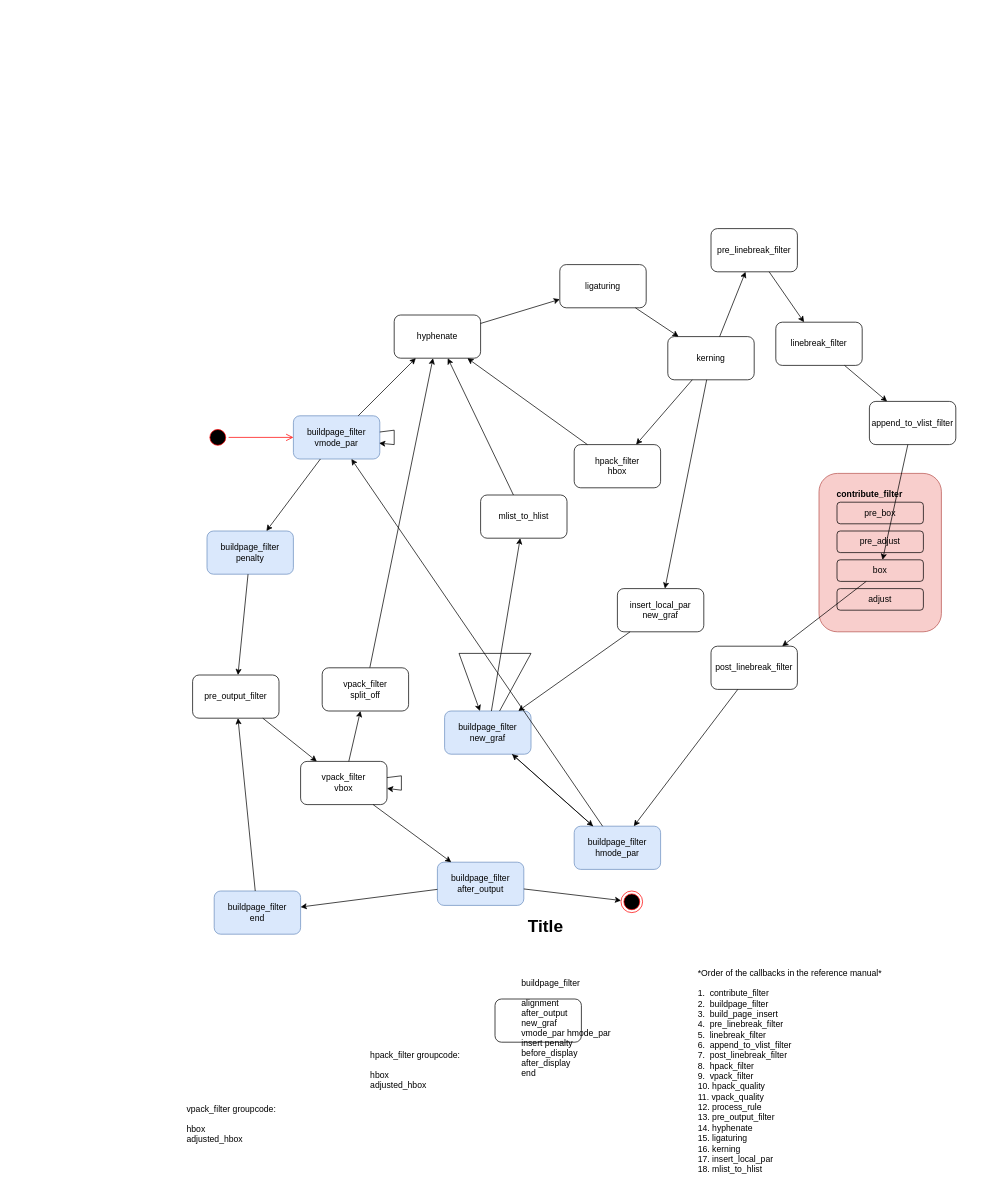
Above: luatex-callbacks.drawio in Josef-Friedrich/drawio (draw.io), before the change. Source tidied: cells renumbered, new cells numbered last; positions are measured from the earlier drawing's top-left corner, leaving out a move shared by most shapes. Both pictures are drawn from the tidied source at 72%, with x=0, y=0 at pixel (185, 228).
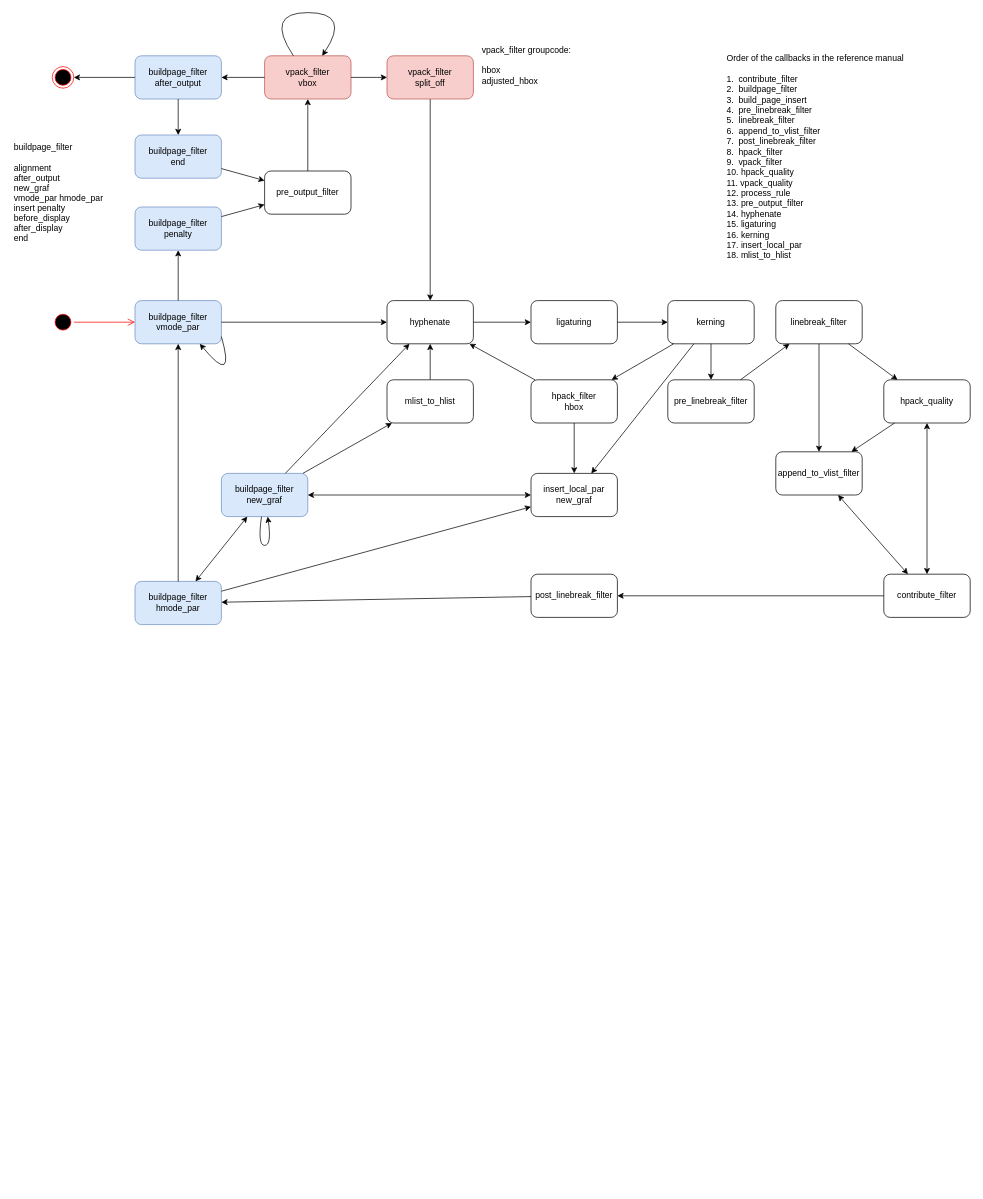
Above is the later version.

Change to the diagram source:
```diff
@@
     <mxCell id="2" value="&lt;div&gt;buildpage_filter&lt;/div&gt;&lt;div&gt;vmode_par&lt;br&gt;&lt;/div&gt;" style="rounded=1;whiteSpace=wrap;html=1;fillColor=#dae8fc;strokeColor=#6c8ebf;" parent="1" vertex="1">
-      <mxGeometry x="150" y="260" width="120" height="60" as="geometry" />
+      <mxGeometry x="-70" y="100" width="120" height="60" as="geometry" />
     </mxCell>
     <mxCell id="3" value="hyphenate" style="rounded=1;whiteSpace=wrap;html=1;" parent="1" vertex="1">
-      <mxGeometry x="290" y="120" width="120" height="60" as="geometry" />
+      <mxGeometry x="280" y="100" width="120" height="60" as="geometry" />
     </mxCell>
     <mxCell id="4" value="ligaturing" style="rounded=1;whiteSpace=wrap;html=1;" parent="1" vertex="1">
-      <mxGeometry x="520" y="50" width="120" height="60" as="geometry" />
+      <mxGeometry x="480" y="100" width="120" height="60" as="geometry" />
     </mxCell>
     <mxCell id="5" value="&lt;div&gt;insert_local_par&lt;/div&gt;&lt;div&gt;new_graf&lt;br&gt;&lt;/div&gt;" style="rounded=1;whiteSpace=wrap;html=1;" parent="1" vertex="1">
-      <mxGeometry x="600" y="500" width="120" height="60" as="geometry" />
+      <mxGeometry x="480" y="340" width="120" height="60" as="geometry" />
     </mxCell>
     <mxCell id="6" value="kerning" style="rounded=1;whiteSpace=wrap;html=1;" parent="1" vertex="1">
-      <mxGeometry x="670" y="150" width="120" height="60" as="geometry" />
+      <mxGeometry x="670" y="100" width="120" height="60" as="geometry" />
     </mxCell>
     <mxCell id="7" value="&lt;div&gt;hpack_filter&lt;/div&gt;&lt;div&gt;hbox&lt;br&gt;&lt;/div&gt;" style="rounded=1;whiteSpace=wrap;html=1;" parent="1" vertex="1">
-      <mxGeometry x="540" y="300" width="120" height="60" as="geometry" />
+      <mxGeometry x="480" y="210" width="120" height="60" as="geometry" />
     </mxCell>
     <mxCell id="8" value="&lt;div&gt;buildpage_filter&lt;/div&gt;&lt;div&gt;hmode_par&lt;br&gt;&lt;/div&gt;" style="rounded=1;whiteSpace=wrap;html=1;fillColor=#dae8fc;strokeColor=#6c8ebf;" parent="1" vertex="1">
-      <mxGeometry x="540" y="830" width="120" height="60" as="geometry" />
+      <mxGeometry x="-70" y="490" width="120" height="60" as="geometry" />
     </mxCell>
     <mxCell id="9" value="&lt;div&gt;buildpage_filter&lt;/div&gt;&lt;div&gt;new_graf&lt;br&gt;&lt;/div&gt;" style="rounded=1;whiteSpace=wrap;html=1;fillColor=#dae8fc;strokeColor=#6c8ebf;" parent="1" vertex="1">
-      <mxGeometry x="360" y="670" width="120" height="60" as="geometry" />
+      <mxGeometry x="50" y="340" width="120" height="60" as="geometry" />
     </mxCell>
-    <mxCell id="10" style="endArrow=classic;html=1;rounded=0;" parent="1" edge="1" source="9" target="8">
-      <mxGeometry relative="1" as="geometry" />
-    </mxCell>
@@
-    <mxCell id="16" style="endArrow=classic;html=1;rounded=0;sketch=0;strokeColor=default;" parent="1" edge="1" source="5" target="9">
-      <mxGeometry relative="1" as="geometry" />
-    </mxCell>
@@
-    <mxCell id="18" style="endArrow=classic;html=1;rounded=0;sketch=0;strokeColor=default;" parent="1" edge="1" source="9" target="9">
-      <mxGeometry relative="1" as="geometry">
-        <Array as="points">
-          <mxPoint x="480" y="590" />
-          <mxPoint x="380" y="590" />
-        </Array>
-      </mxGeometry>
-    </mxCell>
@@
-    <mxCell id="22" style="endArrow=classic;html=1;rounded=0;sketch=0;strokeColor=default;" parent="1" edge="1" source="8" target="9">
-      <mxGeometry relative="1" as="geometry" />
-    </mxCell>
     <mxCell id="23" value="linebreak_filter" style="rounded=1;whiteSpace=wrap;html=1;" parent="1" vertex="1">
-      <mxGeometry x="820" y="130" width="120" height="60" as="geometry" />
+      <mxGeometry x="820" y="100" width="120" height="60" as="geometry" />
     </mxCell>
     <mxCell id="24" value="mlist_to_hlist" style="rounded=1;whiteSpace=wrap;html=1;" parent="1" vertex="1">
-      <mxGeometry x="410" y="370" width="120" height="60" as="geometry" />
+      <mxGeometry x="280" y="210" width="120" height="60" as="geometry" />
     </mxCell>
     <mxCell id="25" value="append_to_vlist_filter" style="rounded=1;whiteSpace=wrap;html=1;" parent="1" vertex="1">
-      <mxGeometry x="950" y="240" width="120" height="60" as="geometry" />
+      <mxGeometry x="820" y="310" width="120" height="60" as="geometry" />
     </mxCell>
     <mxCell id="26" value="&lt;div&gt;buildpage_filter&lt;/div&gt;&lt;div&gt;penalty&lt;br&gt;&lt;/div&gt;" style="rounded=1;whiteSpace=wrap;html=1;fillColor=#dae8fc;strokeColor=#6c8ebf;" parent="1" vertex="1">
-      <mxGeometry x="30" y="420" width="120" height="60" as="geometry" />
+      <mxGeometry x="-70" y="-30" width="120" height="60" as="geometry" />
     </mxCell>
     <mxCell id="27" value="pre_linebreak_filter" style="rounded=1;whiteSpace=wrap;html=1;" parent="1" vertex="1">
-      <mxGeometry x="730" width="120" height="60" as="geometry" />
+      <mxGeometry x="670" y="210" width="120" height="60" as="geometry" />
     </mxCell>
@@
     <mxCell id="30" value="post_linebreak_filter" style="rounded=1;whiteSpace=wrap;html=1;" parent="1" vertex="1">
-      <mxGeometry x="730" y="580" width="120" height="60" as="geometry" />
+      <mxGeometry x="480" y="480" width="120" height="60" as="geometry" />
     </mxCell>
     <mxCell id="31" value="pre_output_filter" style="rounded=1;whiteSpace=wrap;html=1;" parent="1" vertex="1">
-      <mxGeometry x="10" y="620" width="120" height="60" as="geometry" />
+      <mxGeometry x="110" y="-80" width="120" height="60" as="geometry" />
     </mxCell>
@@
     <mxCell id="37" value="&lt;div&gt;buildpage_filter&lt;/div&gt;&lt;div&gt;end&lt;br&gt;&lt;/div&gt;" style="rounded=1;whiteSpace=wrap;html=1;fillColor=#dae8fc;strokeColor=#6c8ebf;" parent="1" vertex="1">
-      <mxGeometry x="40" y="920" width="120" height="60" as="geometry" />
+      <mxGeometry x="-70" y="-130" width="120" height="60" as="geometry" />
     </mxCell>
-    <mxCell id="38" value="&lt;div&gt;vpack_filter&lt;/div&gt;&lt;div&gt;vbox&lt;br&gt;&lt;/div&gt;" style="rounded=1;whiteSpace=wrap;html=1;" parent="1" vertex="1">
-      <mxGeometry x="160" y="740" width="120" height="60" as="geometry" />
+    <mxCell id="38" value="&lt;div&gt;vpack_filter&lt;/div&gt;&lt;div&gt;vbox&lt;br&gt;&lt;/div&gt;" style="rounded=1;whiteSpace=wrap;html=1;fillColor=#f8cecc;strokeColor=#b85450;" parent="1" vertex="1">
+      <mxGeometry x="110" y="-240" width="120" height="60" as="geometry" />
     </mxCell>
@@
-    <mxCell id="40" style="endArrow=classic;html=1;rounded=0;sketch=0;strokeColor=default;" parent="1" edge="1" source="38" target="38">
-      <mxGeometry relative="1" as="geometry" />
+    <mxCell id="40" style="endArrow=classic;html=1;sketch=0;strokeColor=default;curved=1;" parent="1" edge="1" source="38" target="38">
+      <mxGeometry relative="1" as="geometry">
+        <Array as="points">
+          <mxPoint x="230" y="-300" />
+        </Array>
+      </mxGeometry>
     </mxCell>
-    <mxCell id="41" value="&lt;div&gt;vpack_filter&lt;/div&gt;&lt;div&gt;split_off&lt;br&gt;&lt;/div&gt;" style="rounded=1;whiteSpace=wrap;html=1;" parent="1" vertex="1">
-      <mxGeometry x="190" y="610" width="120" height="60" as="geometry" />
+    <mxCell id="41" value="&lt;div&gt;vpack_filter&lt;/div&gt;&lt;div&gt;split_off&lt;br&gt;&lt;/div&gt;" style="rounded=1;whiteSpace=wrap;html=1;fillColor=#f8cecc;strokeColor=#b85450;" parent="1" vertex="1">
+      <mxGeometry x="280" y="-240" width="120" height="60" as="geometry" />
     </mxCell>
     <mxCell id="42" value="&lt;div&gt;buildpage_filter&lt;/div&gt;&lt;div&gt;after_output&lt;br&gt;&lt;/div&gt;" style="rounded=1;whiteSpace=wrap;html=1;fillColor=#dae8fc;strokeColor=#6c8ebf;" parent="1" vertex="1">
-      <mxGeometry x="350" y="880" width="120" height="60" as="geometry" />
+      <mxGeometry x="-70" y="-240" width="120" height="60" as="geometry" />
     </mxCell>
@@
     <mxCell id="44" style="ellipse;html=1;shape=startState;fillColor=#000000;strokeColor=#ff0000;" parent="1" vertex="1">
-      <mxGeometry x="30" y="275" width="30" height="30" as="geometry" />
+      <mxGeometry x="-185" y="115" width="30" height="30" as="geometry" />
     </mxCell>
@@
     <mxCell id="46" style="ellipse;html=1;shape=endState;fillColor=#000000;strokeColor=#ff0000;" parent="1" vertex="1">
-      <mxGeometry x="605" y="920" width="30" height="30" as="geometry" />
+      <mxGeometry x="-185" y="-225" width="30" height="30" as="geometry" />
     </mxCell>
@@
-    <mxCell id="50" value="*Order of the callbacks in the reference manual*&#10;&#10;1.  contribute_filter&#10;2.  buildpage_filter&#10;3.  build_page_insert&#10;4.  pre_linebreak_filter&#10;5.  linebreak_filter&#10;6.  append_to_vlist_filter&#10;7.  post_linebreak_filter&#10;8.  hpack_filter&#10;9.  vpack_filter&#10;10. hpack_quality&#10;11. vpack_quality&#10;12. process_rule&#10;13. pre_output_filter&#10;14. hyphenate&#10;15. ligaturing&#10;16. kerning&#10;17. insert_local_par&#10;18. mlist_to_hlist" style="text;whiteSpace=wrap;html=1;" parent="1" vertex="1">
-      <mxGeometry x="710" y="1020" width="290" height="310" as="geometry" />
+    <mxCell id="50" value="Order of the callbacks in the reference manual&lt;br&gt;&lt;br&gt;1.&amp;nbsp; contribute_filter&lt;br&gt;2.&amp;nbsp; buildpage_filter&lt;br&gt;3.&amp;nbsp; build_page_insert&lt;br&gt;4.&amp;nbsp; pre_linebreak_filter&lt;br&gt;5.&amp;nbsp; linebreak_filter&lt;br&gt;6.&amp;nbsp; append_to_vlist_filter&lt;br&gt;7.&amp;nbsp; post_linebreak_filter&lt;br&gt;8.&amp;nbsp; hpack_filter&lt;br&gt;9.&amp;nbsp; vpack_filter&lt;br&gt;10. hpack_quality&lt;br&gt;11. vpack_quality&lt;br&gt;12. process_rule&lt;br&gt;13. pre_output_filter&lt;br&gt;14. hyphenate&lt;br&gt;15. ligaturing&lt;br&gt;16. kerning&lt;br&gt;17. insert_local_par&lt;br&gt;18. mlist_to_hlist" style="text;whiteSpace=wrap;html=1;" parent="1" vertex="1">
+      <mxGeometry x="750" y="-250" width="290" height="310" as="geometry" />
     </mxCell>
     <mxCell id="51" value="buildpage_filter&#10;&#10;alignment&#10;after_output &#10;new_graf &#10;vmode_par hmode_par &#10;insert penalty &#10;before_display &#10;after_display &#10;end" style="align=left;fontColor=default;fontStyle=0;strokeColor=none;fillColor=none;" parent="1" vertex="1">
-      <mxGeometry x="465" y="1030" width="140" height="160" as="geometry" />
+      <mxGeometry x="-240" y="-130" width="140" height="160" as="geometry" />
     </mxCell>
-    <mxCell id="52" style="endArrow=classic;html=1;rounded=0;sketch=0;strokeColor=default;fontColor=default;entryX=0.992;entryY=0.633;entryDx=0;entryDy=0;entryPerimeter=0;" parent="1" edge="1" source="2" target="2">
-      <mxGeometry relative="1" as="geometry" />
-    </mxCell>
@@
-    <mxCell id="54" value="hpack_filter groupcode:&#10;&#10;hbox&#10;adjusted_hbox&#10;" style="align=left;fontColor=default;fontStyle=0;strokeColor=none;fillColor=none;" parent="1" vertex="1">
-      <mxGeometry x="255" y="1095" width="140" height="160" as="geometry" />
-    </mxCell>
     <mxCell id="55" value="vpack_filter groupcode:&#10;&#10;hbox&#10;adjusted_hbox&#10;" style="align=left;fontColor=default;fontStyle=0;strokeColor=none;fillColor=none;" parent="1" vertex="1">
-      <mxGeometry y="1170" width="140" height="160" as="geometry" />
+      <mxGeometry x="410" y="-300" width="140" height="160" as="geometry" />
     </mxCell>
-    <mxCell id="56" style="rounded=1;whiteSpace=wrap;html=1;fontColor=default;fillColor=none;" parent="1" vertex="1">
-      <mxGeometry x="430" y="1070" width="120" height="60" as="geometry" />
-    </mxCell>
-    <mxCell id="57" style="group;" parent="1" vertex="1">
-      <mxGeometry x="880" y="340" width="170" height="220" as="geometry" />
-    </mxCell>
-    <mxCell id="58" style="rounded=1;whiteSpace=wrap;html=1;fillColor=#f8cecc;strokeColor=#b85450;" parent="57" vertex="1">
-      <mxGeometry width="170" height="220" as="geometry" />
-    </mxCell>
-    <mxCell id="59" value="pre_box" style="rounded=1;whiteSpace=wrap;html=1;fontColor=default;fillColor=none;" parent="57" vertex="1">
-      <mxGeometry x="25" y="40" width="120" height="30" as="geometry" />
-    </mxCell>
-    <mxCell id="60" value="pre_adjust" style="rounded=1;whiteSpace=wrap;html=1;fontColor=default;fillColor=none;" parent="57" vertex="1">
-      <mxGeometry x="25" y="80" width="120" height="30" as="geometry" />
-    </mxCell>
-    <mxCell id="61" value="box" style="rounded=1;whiteSpace=wrap;html=1;fontColor=default;fillColor=none;" parent="57" vertex="1">
-      <mxGeometry x="25" y="120" width="120" height="30" as="geometry" />
-    </mxCell>
-    <mxCell id="62" value="adjust" style="rounded=1;whiteSpace=wrap;html=1;fontColor=default;fillColor=none;" parent="57" vertex="1">
-      <mxGeometry x="25" y="160" width="120" height="30" as="geometry" />
-    </mxCell>
+    <mxCell id="66" style="endArrow=classic;html=1;rounded=0;sketch=0;strokeColor=default;" parent="1" edge="1" source="63" target="30">
+      <mxGeometry relative="1" as="geometry" />
+    </mxCell>
-    <mxCell id="63" value="&lt;font style=&quot;font-size: 12px;&quot;&gt;contribute_filter&lt;/font&gt;" style="text;strokeColor=none;fillColor=none;html=1;fontSize=24;fontStyle=1;verticalAlign=middle;align=center;fontColor=default;" parent="57" vertex="1">
-      <mxGeometry x="20" y="5" width="100" height="40" as="geometry" />
+    <mxCell id="63" value="contribute_filter" style="rounded=1;whiteSpace=wrap;html=1;fontSize=12;fontColor=default;fillColor=none;" parent="1" vertex="1">
+      <mxGeometry x="970" y="480" width="120" height="60" as="geometry" />
     </mxCell>
-    <mxCell id="64" value="Title" style="text;strokeColor=none;fillColor=none;html=1;fontSize=24;fontStyle=1;verticalAlign=middle;align=center;fontColor=default;" parent="1" vertex="1">
-      <mxGeometry x="450" y="950" width="100" height="40" as="geometry" />
-    </mxCell>
-    <mxCell id="65" style="endArrow=classic;html=1;rounded=0;sketch=0;strokeColor=default;" parent="1" edge="1" source="25" target="61">
-      <mxGeometry relative="1" as="geometry" />
-    </mxCell>
-    <mxCell id="66" style="endArrow=classic;html=1;rounded=0;sketch=0;strokeColor=default;" parent="1" edge="1" source="61" target="30">
-      <mxGeometry relative="1" as="geometry" />
-    </mxCell>
+    <mxCell id="67" style="endArrow=classic;html=1;rounded=0;sketch=0;strokeColor=default;fontSize=12;fontColor=default;" parent="1" edge="1" source="7" target="5">
+      <mxGeometry relative="1" as="geometry" />
+    </mxCell>
+    <mxCell id="68" style="endArrow=classic;startArrow=classic;html=1;rounded=0;sketch=0;strokeColor=default;fontSize=12;fontColor=default;" parent="1" edge="1" source="9" target="5">
+      <mxGeometry relative="1" as="geometry" />
+    </mxCell>
+    <mxCell id="10" style="endArrow=classic;startArrow=classic;html=1;rounded=0;sketch=0;strokeColor=default;fontSize=12;fontColor=default;" parent="1" edge="1" source="9" target="8">
+      <mxGeometry relative="1" as="geometry" />
+    </mxCell>
+    <mxCell id="69" style="endArrow=classic;html=1;rounded=0;sketch=0;strokeColor=default;fontSize=12;fontColor=default;" parent="1" edge="1" source="9" target="3">
+      <mxGeometry relative="1" as="geometry" />
+    </mxCell>
+    <mxCell id="70" value="hpack_quality" style="rounded=1;whiteSpace=wrap;html=1;fontSize=12;fontColor=default;fillColor=none;" parent="1" vertex="1">
+      <mxGeometry x="970" y="210" width="120" height="60" as="geometry" />
+    </mxCell>
+    <mxCell id="71" style="endArrow=classic;html=1;rounded=0;sketch=0;strokeColor=default;fontSize=12;fontColor=default;" parent="1" edge="1" source="23" target="70">
+      <mxGeometry relative="1" as="geometry" />
+    </mxCell>
+    <mxCell id="72" style="endArrow=classic;html=1;rounded=0;sketch=0;strokeColor=default;fontSize=12;fontColor=default;" parent="1" edge="1" source="70" target="25">
+      <mxGeometry relative="1" as="geometry" />
+    </mxCell>
+    <mxCell id="73" style="endArrow=classic;startArrow=classic;html=1;sketch=0;strokeColor=default;fontSize=12;fontColor=default;rounded=0;" parent="1" edge="1" source="63" target="25">
+      <mxGeometry relative="1" as="geometry" />
+    </mxCell>
+    <mxCell id="18" style="endArrow=classic;html=1;sketch=0;strokeColor=default;fontSize=12;fontColor=default;curved=1;" parent="1" edge="1" source="9" target="9">
+      <mxGeometry relative="1" as="geometry">
+        <Array as="points">
+          <mxPoint x="120" y="440" />
+        </Array>
+      </mxGeometry>
+    </mxCell>
+    <mxCell id="74" style="endArrow=classic;html=1;sketch=0;strokeColor=default;fontSize=12;fontColor=default;curved=1;" parent="1" edge="1" source="8" target="5">
+      <mxGeometry relative="1" as="geometry" />
+    </mxCell>
+    <mxCell id="75" style="endArrow=classic;startArrow=classic;html=1;rounded=0;sketch=0;strokeColor=default;fontSize=12;fontColor=default;" parent="1" edge="1" source="63" target="70">
+      <mxGeometry relative="1" as="geometry" />
+    </mxCell>
+    <mxCell id="76" style="endArrow=classic;html=1;sketch=0;strokeColor=default;fontSize=12;fontColor=default;entryX=0.75;entryY=1;entryDx=0;entryDy=0;curved=1;" parent="1" edge="1" target="2">
+      <mxGeometry relative="1" as="geometry">
+        <mxPoint x="50" y="150" as="sourcePoint" />
+        <Array as="points">
+          <mxPoint x="70" y="220" />
+        </Array>
+      </mxGeometry>
+    </mxCell>
```
